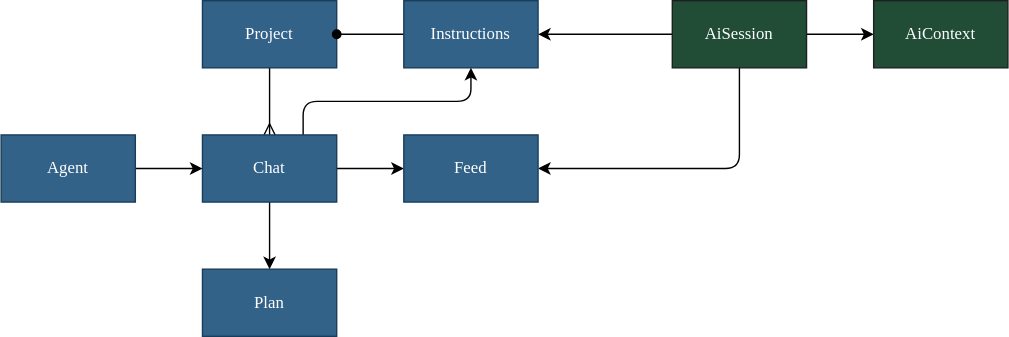
This is packages/core/compute/assistant/docs/project.drawio.svg from dxos/dxos, a draw.io export, as it was before one commit. Source tidied: cells renumbered, new cells last; positions are measured from the earlier drawing's top-left corner, leaving out a move shared by most shapes.
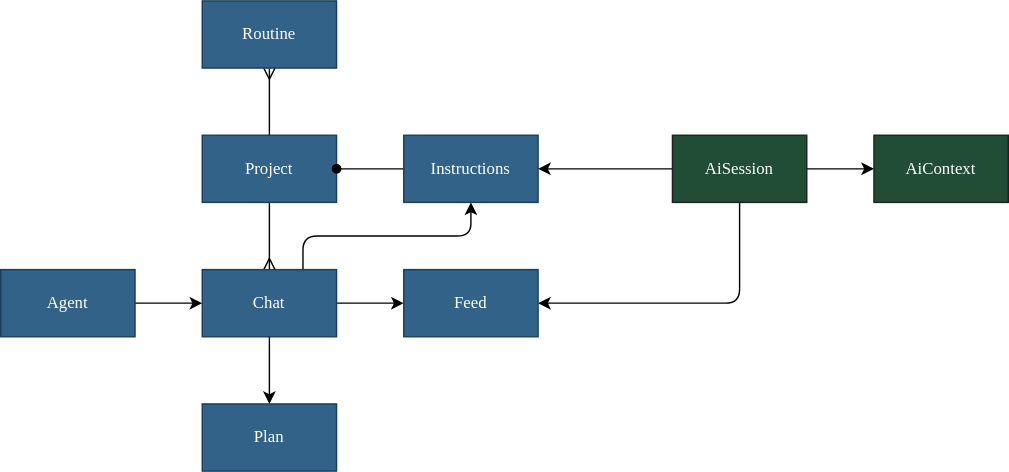
After the commit.

Diff of the diagram source:
```diff
@@ -5,6 +5,9 @@
     <mxCell id="2" style="edgeStyle=none;html=1;exitX=0.5;exitY=1;exitDx=0;exitDy=0;endArrow=ERmany;endFill=0;fontFamily=Space Grotesk;" parent="1" edge="1" source="3" target="9">
       <mxGeometry relative="1" as="geometry" />
     </mxCell>
+    <mxCell id="19" style="edgeStyle=none;html=1;exitX=0.5;exitY=0;exitDx=0;exitDy=0;fontFamily=Space Grotesk;startArrow=none;startFill=0;endArrow=ERmany;endFill=0;" parent="1" edge="1" source="3" target="20">
+      <mxGeometry relative="1" as="geometry" />
+    </mxCell>
     <mxCell id="3" value="Project" style="rounded=0;whiteSpace=wrap;html=1;fillColor=#326288;fontColor=#FFFFFF;strokeColor=#193D5A;fontFamily=Space Grotesk;" parent="1" vertex="1">
       <mxGeometry x="144" width="96" height="48" as="geometry" />
     </mxCell>
@@ -62,5 +65,8 @@
     <mxCell id="18" value="Feed" style="rounded=0;whiteSpace=wrap;html=1;fillColor=#326288;fontColor=#FFFFFF;strokeColor=#193D5A;fontFamily=Space Grotesk;" parent="1" vertex="1">
       <mxGeometry x="288" y="96" width="96" height="48" as="geometry" />
     </mxCell>
+    <mxCell id="20" value="Routine" style="rounded=0;whiteSpace=wrap;html=1;fillColor=#326288;fontColor=#FFFFFF;strokeColor=#193D5A;fontFamily=Space Grotesk;" parent="1" vertex="1">
+      <mxGeometry x="144" y="-96" width="96" height="48" as="geometry" />
+    </mxCell>
   </root>
 </mxGraphModel>
```
